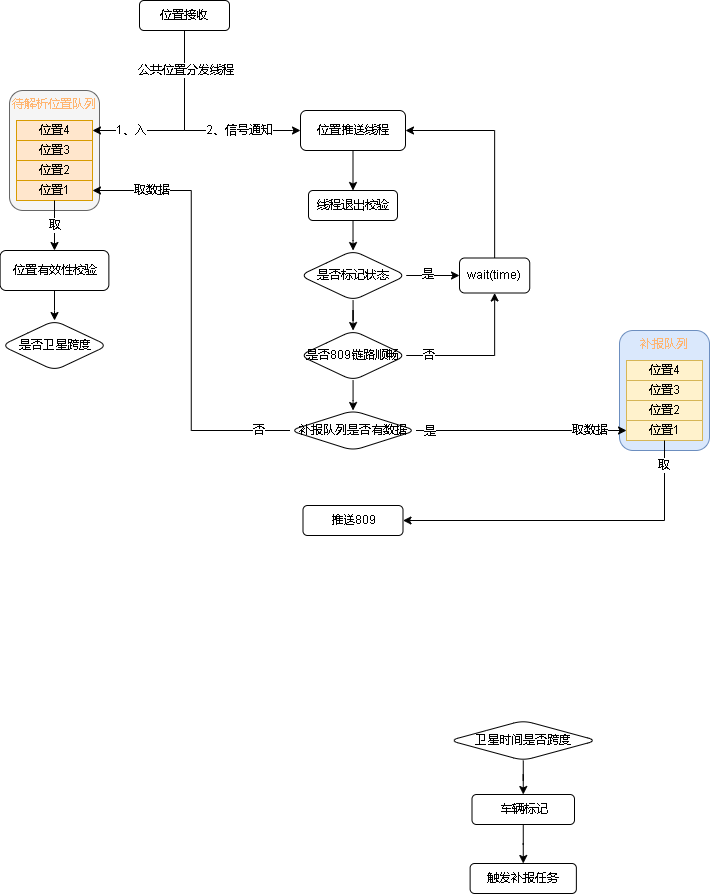
Earlier version of the draw.io export 809数据跨度.drawio.png (xktder/draw). Source tidied: cells renumbered, new cells last; positions are measured from the earlier drawing's top-left corner, leaving out a move shared by most shapes. The source it was exported from:
```xml
<mxGraphModel>
  <root>
    <mxCell id="0" />
    <mxCell id="1" parent="0" />
    <mxCell id="2" style="edgeStyle=orthogonalEdgeStyle;rounded=0;jettySize=auto;html=1;fontColor=#000000;" parent="1" edge="1" source="4" target="30">
      <mxGeometry relative="1" as="geometry">
        <Array as="points">
          <mxPoint x="184" y="130" />
          <mxPoint x="292" y="130" />
        </Array>
      </mxGeometry>
    </mxCell>
    <mxCell id="3" value="2、信号通知" style="edgeLabel;html=1;align=center;verticalAlign=middle;fontColor=#000000;" parent="2" vertex="1">
      <mxGeometry x="0.66" relative="1" as="geometry">
        <mxPoint x="-25" as="offset" />
      </mxGeometry>
    </mxCell>
    <mxCell id="4" value="位置接收" style="rounded=1;whiteSpace=wrap;html=1;" parent="1" vertex="1">
      <mxGeometry x="139" width="90" height="30" as="geometry" />
    </mxCell>
    <mxCell id="5" style="edgeStyle=orthogonalEdgeStyle;rounded=0;jettySize=auto;html=1;" parent="1" edge="1" source="6" target="8">
      <mxGeometry relative="1" as="geometry" />
    </mxCell>
    <mxCell id="6" value="卫星时间是否跨度" style="rhombus;whiteSpace=wrap;html=1;rounded=1;" parent="1" vertex="1">
      <mxGeometry x="449" y="720" width="147.5" height="40" as="geometry" />
    </mxCell>
    <mxCell id="7" style="edgeStyle=orthogonalEdgeStyle;rounded=0;jettySize=auto;html=1;" parent="1" edge="1" source="8" target="9">
      <mxGeometry relative="1" as="geometry" />
    </mxCell>
    <mxCell id="8" value="车辆标记" style="whiteSpace=wrap;html=1;rounded=1;" parent="1" vertex="1">
      <mxGeometry x="471.5" y="794" width="102.5" height="30" as="geometry" />
    </mxCell>
    <mxCell id="9" value="触发补报任务" style="whiteSpace=wrap;html=1;rounded=1;" parent="1" vertex="1">
      <mxGeometry x="469.6" y="863" width="106.2" height="30" as="geometry" />
    </mxCell>
    <mxCell id="10" style="group;" parent="1" vertex="1">
      <mxGeometry x="9" y="90" width="90" height="120" as="geometry" />
    </mxCell>
    <mxCell id="11" value="&lt;font color=&quot;#ffb570&quot;&gt;待解析位置队列&lt;/font&gt;" style="rounded=1;whiteSpace=wrap;html=1;verticalAlign=top;fillColor=#f5f5f5;fontColor=#333333;strokeColor=#666666;" parent="10" vertex="1">
      <mxGeometry width="90" height="120" as="geometry" />
    </mxCell>
    <mxCell id="12" value="&lt;font color=&quot;#000000&quot;&gt;位置4&lt;/font&gt;" style="rounded=0;whiteSpace=wrap;html=1;fillColor=#ffe6cc;strokeColor=#d79b00;" parent="10" vertex="1">
      <mxGeometry x="7" y="30" width="76" height="20" as="geometry" />
    </mxCell>
    <mxCell id="13" value="&lt;font color=&quot;#000000&quot;&gt;位置3&lt;/font&gt;" style="rounded=0;whiteSpace=wrap;html=1;fillColor=#ffe6cc;strokeColor=#d79b00;" parent="10" vertex="1">
      <mxGeometry x="7" y="50" width="76" height="20" as="geometry" />
    </mxCell>
    <mxCell id="14" value="&lt;font color=&quot;#000000&quot;&gt;位置2&lt;/font&gt;" style="rounded=0;whiteSpace=wrap;html=1;fillColor=#ffe6cc;strokeColor=#d79b00;" parent="10" vertex="1">
      <mxGeometry x="7" y="70" width="76" height="20" as="geometry" />
    </mxCell>
    <mxCell id="15" value="&lt;font color=&quot;#000000&quot;&gt;位置1&lt;/font&gt;" style="rounded=0;whiteSpace=wrap;html=1;fillColor=#ffe6cc;strokeColor=#d79b00;" parent="10" vertex="1">
      <mxGeometry x="7" y="90" width="76" height="20" as="geometry" />
    </mxCell>
    <mxCell id="16" style="group;" parent="1" vertex="1">
      <mxGeometry x="619" y="330" width="90" height="120" as="geometry" />
    </mxCell>
    <mxCell id="17" value="&lt;font color=&quot;#ffb570&quot;&gt;补报队列&lt;/font&gt;" style="rounded=1;whiteSpace=wrap;html=1;verticalAlign=top;fillColor=#dae8fc;strokeColor=#6c8ebf;" parent="16" vertex="1">
      <mxGeometry width="90" height="120" as="geometry" />
    </mxCell>
    <mxCell id="18" value="&lt;font color=&quot;#000000&quot;&gt;位置4&lt;/font&gt;" style="rounded=0;whiteSpace=wrap;html=1;fillColor=#fff2cc;strokeColor=#d6b656;" parent="16" vertex="1">
      <mxGeometry x="7" y="30" width="76" height="20" as="geometry" />
    </mxCell>
    <mxCell id="19" value="&lt;font color=&quot;#000000&quot;&gt;位置3&lt;/font&gt;" style="rounded=0;whiteSpace=wrap;html=1;fillColor=#fff2cc;strokeColor=#d6b656;" parent="16" vertex="1">
      <mxGeometry x="7" y="50" width="76" height="20" as="geometry" />
    </mxCell>
    <mxCell id="20" value="&lt;font color=&quot;#000000&quot;&gt;位置2&lt;/font&gt;" style="rounded=0;whiteSpace=wrap;html=1;fillColor=#fff2cc;strokeColor=#d6b656;" parent="16" vertex="1">
      <mxGeometry x="7" y="70" width="76" height="20" as="geometry" />
    </mxCell>
    <mxCell id="21" value="&lt;font color=&quot;#000000&quot;&gt;位置1&lt;/font&gt;" style="rounded=0;whiteSpace=wrap;html=1;fillColor=#fff2cc;strokeColor=#d6b656;" parent="16" vertex="1">
      <mxGeometry x="7" y="90" width="76" height="20" as="geometry" />
    </mxCell>
    <mxCell id="22" style="edgeStyle=orthogonalEdgeStyle;rounded=0;jettySize=auto;html=1;entryX=1;entryY=0.5;entryDx=0;entryDy=0;fontColor=#000000;exitX=0.5;exitY=1;exitDx=0;exitDy=0;" parent="1" edge="1" source="4" target="12">
      <mxGeometry relative="1" as="geometry" />
    </mxCell>
    <mxCell id="23" value="1、入" style="edgeLabel;html=1;align=center;verticalAlign=middle;fontColor=#000000;" parent="22" vertex="1">
      <mxGeometry x="0.48" y="1" relative="1" as="geometry">
        <mxPoint x="-11" y="-1" as="offset" />
      </mxGeometry>
    </mxCell>
    <mxCell id="24" value="公共位置分发线程" style="edgeLabel;html=1;align=center;verticalAlign=middle;fontColor=#000000;" parent="22" vertex="1">
      <mxGeometry x="-0.69" y="1" relative="1" as="geometry">
        <mxPoint y="10" as="offset" />
      </mxGeometry>
    </mxCell>
    <mxCell id="25" style="edgeStyle=orthogonalEdgeStyle;rounded=0;jettySize=auto;html=1;exitX=0.5;exitY=1;exitDx=0;exitDy=0;fontColor=#000000;" parent="1" edge="1" source="15" target="28">
      <mxGeometry relative="1" as="geometry" />
    </mxCell>
    <mxCell id="26" value="取" style="edgeLabel;html=1;align=center;verticalAlign=middle;fontColor=#000000;" parent="25" vertex="1">
      <mxGeometry x="-0.24" relative="1" as="geometry">
        <mxPoint y="6" as="offset" />
      </mxGeometry>
    </mxCell>
    <mxCell id="27" style="edgeStyle=orthogonalEdgeStyle;rounded=0;jettySize=auto;html=1;fontColor=#000000;" parent="1" edge="1" source="28" target="53">
      <mxGeometry relative="1" as="geometry" />
    </mxCell>
    <mxCell id="28" value="位置有效性校验" style="rounded=1;whiteSpace=wrap;html=1;fontFamily=Helvetica;fontSize=12;fontColor=default;align=center;strokeColor=default;fillColor=default;" parent="1" vertex="1">
      <mxGeometry x="-0.4" y="250" width="108.8" height="40" as="geometry" />
    </mxCell>
    <mxCell id="29" style="edgeStyle=orthogonalEdgeStyle;rounded=0;jettySize=auto;html=1;entryX=0.5;entryY=0;entryDx=0;entryDy=0;fontColor=#000000;" parent="1" edge="1" source="30" target="38">
      <mxGeometry relative="1" as="geometry" />
    </mxCell>
    <mxCell id="30" value="位置推送线程" style="rounded=1;whiteSpace=wrap;html=1;fontColor=#000000;" parent="1" vertex="1">
      <mxGeometry x="300" y="110" width="105" height="40" as="geometry" />
    </mxCell>
    <mxCell id="31" style="edgeStyle=orthogonalEdgeStyle;rounded=0;jettySize=auto;html=1;fontColor=#000000;" parent="1" edge="1" source="34" target="36">
      <mxGeometry relative="1" as="geometry" />
    </mxCell>
    <mxCell id="32" value="是" style="edgeLabel;html=1;align=center;verticalAlign=middle;fontColor=#000000;" parent="31" vertex="1">
      <mxGeometry x="-0.19" y="1" relative="1" as="geometry" />
    </mxCell>
    <mxCell id="33" style="edgeStyle=orthogonalEdgeStyle;rounded=0;jettySize=auto;html=1;fontColor=#000000;" parent="1" edge="1" source="34" target="45">
      <mxGeometry relative="1" as="geometry" />
    </mxCell>
    <mxCell id="34" value="是否标记状态" style="rhombus;whiteSpace=wrap;html=1;fontColor=#000000;rounded=1;" parent="1" vertex="1">
      <mxGeometry x="299.2" y="250" width="106.5" height="50" as="geometry" />
    </mxCell>
    <mxCell id="35" style="edgeStyle=orthogonalEdgeStyle;rounded=0;jettySize=auto;html=1;entryX=1;entryY=0.5;entryDx=0;entryDy=0;fontColor=#000000;" parent="1" edge="1" source="36" target="30">
      <mxGeometry relative="1" as="geometry">
        <Array as="points">
          <mxPoint x="494" y="130" />
        </Array>
      </mxGeometry>
    </mxCell>
    <mxCell id="36" value="wait(time)" style="whiteSpace=wrap;html=1;fontColor=#000000;rounded=1;" parent="1" vertex="1">
      <mxGeometry x="459" y="257.5" width="70.2" height="35" as="geometry" />
    </mxCell>
    <mxCell id="37" style="edgeStyle=orthogonalEdgeStyle;rounded=0;jettySize=auto;html=1;fontColor=#000000;" parent="1" edge="1" source="38" target="34">
      <mxGeometry relative="1" as="geometry" />
    </mxCell>
    <mxCell id="38" value="线程退出校验" style="rounded=1;whiteSpace=wrap;html=1;fontFamily=Helvetica;fontSize=12;fontColor=#000000;align=center;strokeColor=default;fillColor=default;" parent="1" vertex="1">
      <mxGeometry x="308" y="190" width="89" height="30" as="geometry" />
    </mxCell>
    <mxCell id="39" style="edgeStyle=orthogonalEdgeStyle;rounded=0;jettySize=auto;html=1;fontColor=#000000;" parent="1" edge="1" source="45" target="36">
      <mxGeometry relative="1" as="geometry" />
    </mxCell>
    <mxCell id="40" value="否" style="edgeLabel;html=1;align=center;verticalAlign=middle;fontColor=#000000;" parent="39" vertex="1">
      <mxGeometry x="-0.77" y="-3" relative="1" as="geometry">
        <mxPoint x="4" y="-3" as="offset" />
      </mxGeometry>
    </mxCell>
    <mxCell id="41" style="edgeStyle=orthogonalEdgeStyle;rounded=0;jettySize=auto;html=1;entryX=1;entryY=0.5;entryDx=0;entryDy=0;fontColor=#000000;exitX=0;exitY=0.5;exitDx=0;exitDy=0;" parent="1" edge="1" source="49" target="15">
      <mxGeometry relative="1" as="geometry" />
    </mxCell>
    <mxCell id="42" value="取数据" style="edgeLabel;html=1;align=center;verticalAlign=middle;fontColor=#000000;" parent="41" vertex="1">
      <mxGeometry x="0.65" y="-1" relative="1" as="geometry">
        <mxPoint x="-18" y="1" as="offset" />
      </mxGeometry>
    </mxCell>
    <mxCell id="43" value="否" style="edgeLabel;html=1;align=center;verticalAlign=middle;fontColor=#000000;" parent="41" vertex="1">
      <mxGeometry x="-0.86" y="1" relative="1" as="geometry">
        <mxPoint y="-1" as="offset" />
      </mxGeometry>
    </mxCell>
    <mxCell id="44" style="edgeStyle=orthogonalEdgeStyle;rounded=0;jettySize=auto;html=1;fontColor=#000000;" parent="1" edge="1" source="45" target="49">
      <mxGeometry relative="1" as="geometry" />
    </mxCell>
    <mxCell id="45" value="是否809链路顺畅" style="rhombus;whiteSpace=wrap;html=1;fontColor=#000000;rounded=1;" parent="1" vertex="1">
      <mxGeometry x="299.2" y="330" width="106.5" height="50" as="geometry" />
    </mxCell>
    <mxCell id="46" style="edgeStyle=orthogonalEdgeStyle;rounded=0;jettySize=auto;html=1;fontColor=#000000;" parent="1" edge="1" source="49" target="21">
      <mxGeometry relative="1" as="geometry" />
    </mxCell>
    <mxCell id="47" value="是" style="edgeLabel;html=1;align=center;verticalAlign=middle;fontColor=#000000;" parent="46" vertex="1">
      <mxGeometry x="-0.72" y="-1" relative="1" as="geometry">
        <mxPoint x="-16" as="offset" />
      </mxGeometry>
    </mxCell>
    <mxCell id="48" value="取数据" style="edgeLabel;html=1;align=center;verticalAlign=middle;fontColor=#000000;" parent="46" vertex="1">
      <mxGeometry x="0.65" relative="1" as="geometry" />
    </mxCell>
    <mxCell id="49" value="补报队列是否有数据" style="rhombus;whiteSpace=wrap;html=1;fontColor=#000000;rounded=1;" parent="1" vertex="1">
      <mxGeometry x="289.5" y="410" width="126" height="40" as="geometry" />
    </mxCell>
    <mxCell id="50" style="edgeStyle=orthogonalEdgeStyle;rounded=0;jettySize=auto;html=1;exitX=0.5;exitY=1;exitDx=0;exitDy=0;fontColor=#000000;entryX=1;entryY=0.5;entryDx=0;entryDy=0;" parent="1" edge="1" source="21" target="52">
      <mxGeometry relative="1" as="geometry" />
    </mxCell>
    <mxCell id="51" value="取" style="edgeLabel;html=1;align=center;verticalAlign=middle;fontColor=#000000;" parent="50" vertex="1">
      <mxGeometry x="-0.21" y="1" relative="1" as="geometry">
        <mxPoint x="53" y="-56" as="offset" />
      </mxGeometry>
    </mxCell>
    <mxCell id="52" value="推送809" style="rounded=1;whiteSpace=wrap;html=1;fontColor=#000000;" parent="1" vertex="1">
      <mxGeometry x="302.5" y="505" width="100" height="30" as="geometry" />
    </mxCell>
    <mxCell id="53" value="是否卫星跨度" style="rhombus;whiteSpace=wrap;html=1;fontColor=#000000;rounded=1;" parent="1" vertex="1">
      <mxGeometry x="0.8" y="320" width="106.5" height="50" as="geometry" />
    </mxCell>
  </root>
</mxGraphModel>
```
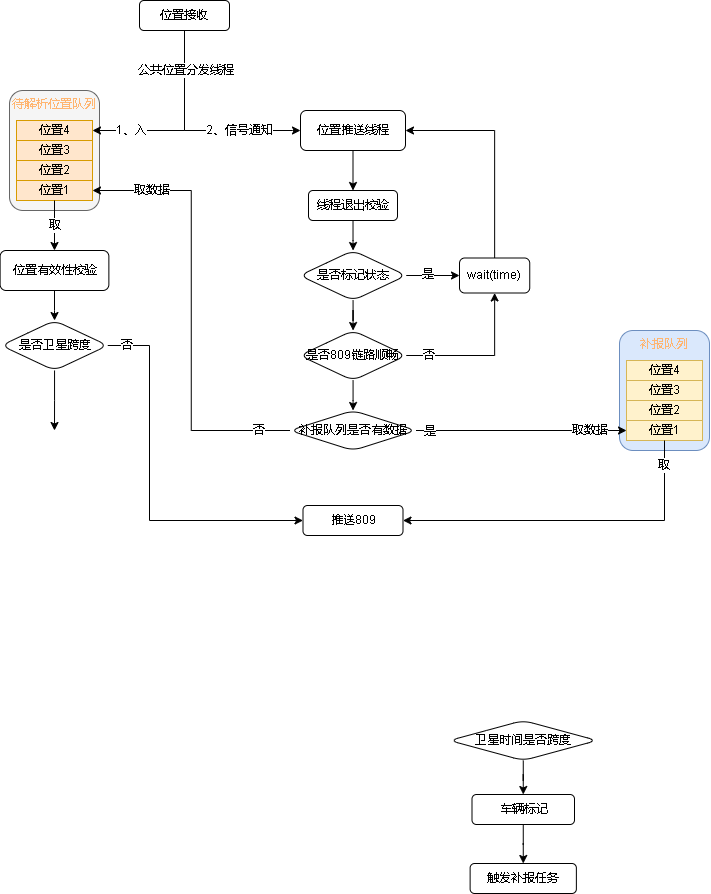
Above is the later version.

Commit message:
更新809数据跨度.drawio.png

What changed in the source:
```diff
@@ -182,6 +182,24 @@
     <mxCell id="52" value="推送809" style="rounded=1;whiteSpace=wrap;html=1;fontColor=#000000;" parent="1" vertex="1">
       <mxGeometry x="302.5" y="505" width="100" height="30" as="geometry" />
     </mxCell>
+    <mxCell id="54" style="edgeStyle=orthogonalEdgeStyle;rounded=0;jettySize=auto;html=1;fontColor=#000000;" parent="1" edge="1" source="53">
+      <mxGeometry relative="1" as="geometry">
+        <mxPoint x="54" y="430" as="targetPoint" />
+      </mxGeometry>
+    </mxCell>
+    <mxCell id="55" style="edgeStyle=orthogonalEdgeStyle;rounded=0;jettySize=auto;html=1;entryX=0;entryY=0.5;entryDx=0;entryDy=0;fontColor=#000000;" parent="1" edge="1" source="53" target="52">
+      <mxGeometry relative="1" as="geometry">
+        <Array as="points">
+          <mxPoint x="149" y="345" />
+          <mxPoint x="149" y="520" />
+        </Array>
+      </mxGeometry>
+    </mxCell>
+    <mxCell id="56" value="否" style="edgeLabel;html=1;align=center;verticalAlign=middle;fontColor=#000000;" parent="55" vertex="1">
+      <mxGeometry x="-0.85" y="1" relative="1" as="geometry">
+        <mxPoint x="-9" y="1" as="offset" />
+      </mxGeometry>
+    </mxCell>
     <mxCell id="53" value="是否卫星跨度" style="rhombus;whiteSpace=wrap;html=1;fontColor=#000000;rounded=1;" parent="1" vertex="1">
       <mxGeometry x="0.8" y="320" width="106.5" height="50" as="geometry" />
     </mxCell>
```
